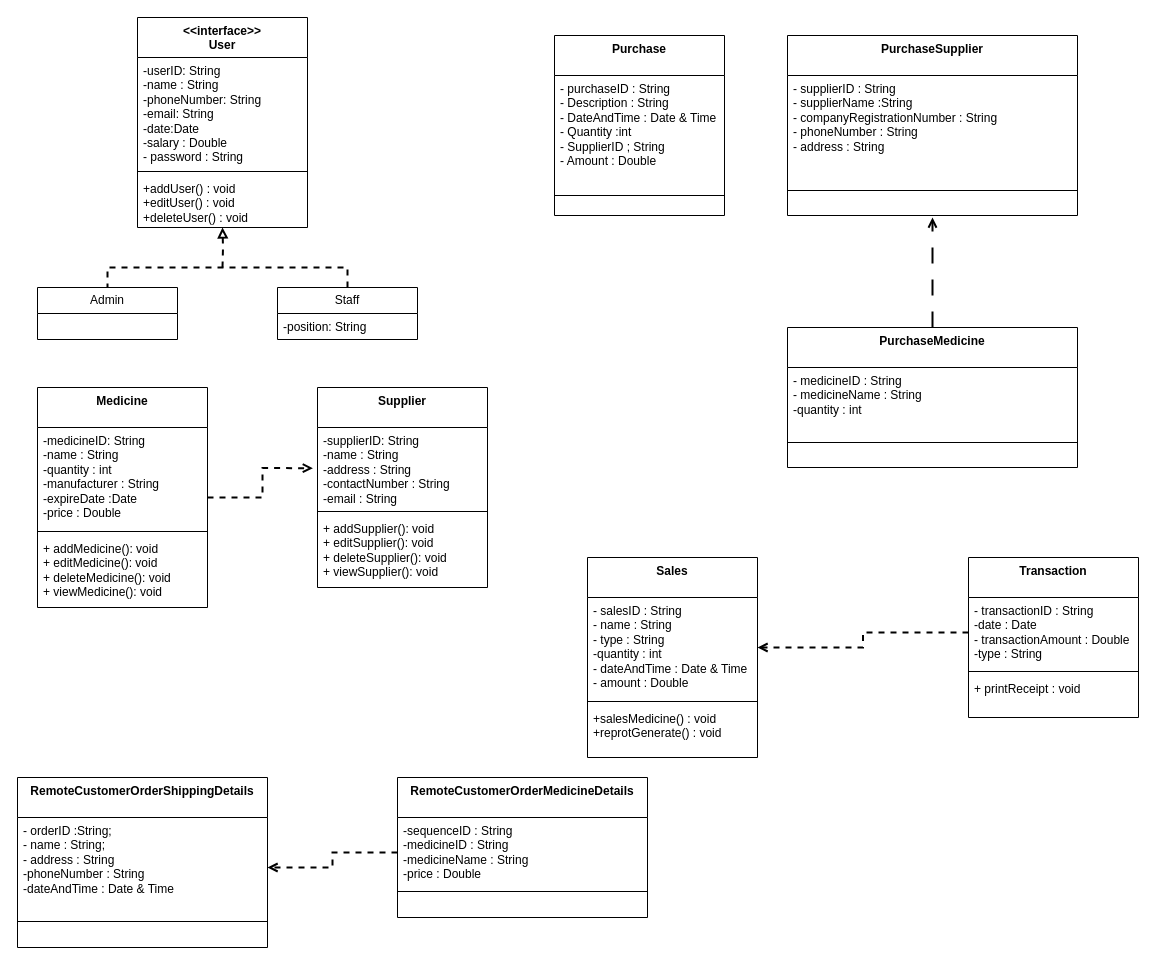
The draw.io diagram Doc/Class Diagram/Class Diagram.drawio in ChandimalPriyamantha/Pharmacy_Shop_Management_System, before the edit. Source tidied: cells renumbered, new cells numbered last; positions are measured from the earlier drawing's top-left corner, leaving out a move shared by most shapes. Both pictures are drawn from the tidied source at 100%, with x=0, y=0 at pixel (17, 17).
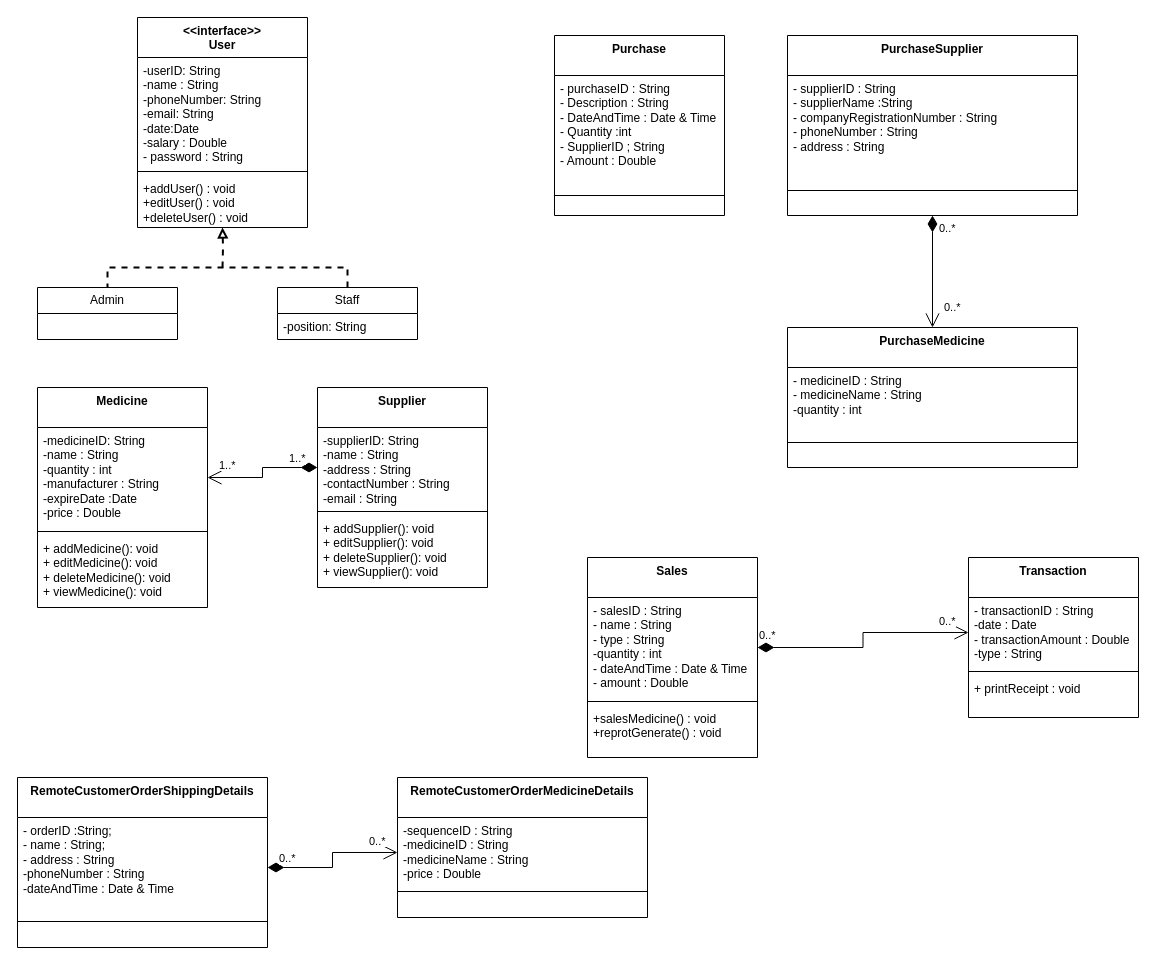
Above is the later version.

The change refers to these unchanged cells:
```xml
<mxCell id="15" value="Medicine" style="swimlane;fontStyle=1;align=center;verticalAlign=top;horizontal=1;startSize=40;whiteSpace=wrap;html=1;" parent="1" vertex="1">
  <mxGeometry x="20" y="370" width="170" height="220" as="geometry" />
</mxCell>
<mxCell id="16" value="-medicineID: String&lt;br&gt;-name : String&lt;br&gt;-quantity : int&lt;br&gt;-manufacturer : String&lt;br&gt;-expireDate :Date&lt;br&gt;-price : Double" style="text;strokeColor=none;fillColor=none;align=left;verticalAlign=top;spacingLeft=4;spacingRight=4;overflow=hidden;points=[[0,0.5],[1,0.5]];portConstraint=eastwest;whiteSpace=wrap;html=1;" parent="15" vertex="1">
  <mxGeometry y="40" width="170" height="100" as="geometry" />
</mxCell>
<mxCell id="20" value="-supplierID: String&lt;br&gt;-name : String&lt;br&gt;-address : String&lt;br&gt;-contactNumber : String&lt;br&gt;-email : String" style="text;strokeColor=none;fillColor=none;align=left;verticalAlign=top;spacingLeft=4;spacingRight=4;overflow=hidden;points=[[0,0.5],[1,0.5]];portConstraint=eastwest;whiteSpace=wrap;html=1;" parent="19" vertex="1">
  <mxGeometry y="40" width="170" height="80" as="geometry" />
</mxCell>
<mxCell id="23" value="PurchaseSupplier" style="swimlane;fontStyle=1;align=center;verticalAlign=top;horizontal=1;startSize=40;whiteSpace=wrap;html=1;" parent="1" vertex="1">
  <mxGeometry x="770" y="18" width="290" height="180" as="geometry" />
</mxCell>
<mxCell id="27" value="PurchaseMedicine" style="swimlane;fontStyle=1;align=center;verticalAlign=top;horizontal=1;startSize=40;whiteSpace=wrap;html=1;" parent="1" vertex="1">
  <mxGeometry x="770" y="310" width="290" height="140" as="geometry" />
</mxCell>
<mxCell id="31" value="- salesID : String&lt;br&gt;- name : String&lt;br&gt;- type : String&lt;br&gt;-quantity : int&lt;br&gt;- dateAndTime : Date &amp;amp; Time&lt;br&gt;- amount : Double" style="text;strokeColor=none;fillColor=none;align=left;verticalAlign=top;spacingLeft=4;spacingRight=4;overflow=hidden;points=[[0,0.5],[1,0.5]];portConstraint=eastwest;whiteSpace=wrap;html=1;" parent="30" vertex="1">
  <mxGeometry y="40" width="170" height="100" as="geometry" />
</mxCell>
<mxCell id="35" value="- transactionID : String&lt;br&gt;-date : Date&lt;br&gt;- transactionAmount : Double&lt;br&gt;-type : String" style="text;strokeColor=none;fillColor=none;align=left;verticalAlign=top;spacingLeft=4;spacingRight=4;overflow=hidden;points=[[0,0.5],[1,0.5]];portConstraint=eastwest;whiteSpace=wrap;html=1;" parent="34" vertex="1">
  <mxGeometry y="40" width="170" height="70" as="geometry" />
</mxCell>
<mxCell id="40" value="- orderID :String;&lt;br&gt;- name : String;&lt;br&gt;- address : String&lt;br&gt;-phoneNumber : String&lt;br&gt;-dateAndTime : Date &amp;amp; Time" style="text;strokeColor=none;fillColor=none;align=left;verticalAlign=top;spacingLeft=4;spacingRight=4;overflow=hidden;points=[[0,0.5],[1,0.5]];portConstraint=eastwest;whiteSpace=wrap;html=1;" parent="39" vertex="1">
  <mxGeometry y="40" width="250" height="100" as="geometry" />
</mxCell>
<mxCell id="44" value="-sequenceID : String&lt;br&gt;-medicineID : String&lt;br&gt;-medicineName : String&lt;br&gt;-price : Double" style="text;strokeColor=none;fillColor=none;align=left;verticalAlign=top;spacingLeft=4;spacingRight=4;overflow=hidden;points=[[0,0.5],[1,0.5]];portConstraint=eastwest;whiteSpace=wrap;html=1;" parent="43" vertex="1">
  <mxGeometry y="40" width="250" height="70" as="geometry" />
</mxCell>
```

What changed in the source:
```diff
@@
-    <mxCell id="14" style="edgeStyle=orthogonalEdgeStyle;jettySize=auto;html=1;entryX=-0.027;entryY=0.508;entryDx=0;entryDy=0;entryPerimeter=0;dashed=1;endArrow=open;endFill=0;rounded=0;strokeWidth=2;" parent="1" edge="1" source="15" target="20">
-      <mxGeometry relative="1" as="geometry" />
-    </mxCell>
@@
-    <mxCell id="26" style="edgeStyle=orthogonalEdgeStyle;rounded=0;jettySize=auto;html=1;dashed=1;dashPattern=8 8;endArrow=open;endFill=0;strokeWidth=2;" parent="1" edge="1" source="27">
-      <mxGeometry relative="1" as="geometry">
-        <mxPoint x="915" y="200" as="targetPoint" />
-      </mxGeometry>
-    </mxCell>
@@
-    <mxCell id="38" style="edgeStyle=orthogonalEdgeStyle;rounded=0;jettySize=auto;html=1;entryX=1;entryY=0.5;entryDx=0;entryDy=0;dashed=1;endArrow=open;endFill=0;strokeWidth=2;" parent="1" edge="1" source="35" target="31">
-      <mxGeometry relative="1" as="geometry" />
-    </mxCell>
@@
-    <mxCell id="47" style="edgeStyle=orthogonalEdgeStyle;rounded=0;jettySize=auto;html=1;entryX=1;entryY=0.5;entryDx=0;entryDy=0;dashed=1;strokeWidth=2;endArrow=open;endFill=0;" parent="1" edge="1" source="44" target="40">
-      <mxGeometry relative="1" as="geometry" />
-    </mxCell>
+    <mxCell id="48" value="1..*" style="endArrow=open;html=1;endSize=12;startArrow=diamondThin;startSize=14;startFill=1;edgeStyle=orthogonalEdgeStyle;align=left;verticalAlign=bottom;rounded=0;entryX=1;entryY=0.5;entryDx=0;entryDy=0;exitX=0;exitY=0.5;exitDx=0;exitDy=0;" parent="1" edge="1" source="20" target="16">
+      <mxGeometry x="-0.5" relative="1" as="geometry" />
+    </mxCell>
+    <mxCell id="49" value="&lt;span style=&quot;color: rgb(0, 0, 0); font-family: Helvetica; font-size: 11px; font-style: normal; font-variant-ligatures: normal; font-variant-caps: normal; font-weight: 400; letter-spacing: normal; orphans: 2; text-align: left; text-indent: 0px; text-transform: none; widows: 2; word-spacing: 0px; -webkit-text-stroke-width: 0px; background-color: rgb(255, 255, 255); text-decoration-thickness: initial; text-decoration-style: initial; text-decoration-color: initial; float: none; display: inline !important;&quot;&gt;1..*&lt;/span&gt;" style="text;whiteSpace=wrap;html=1;" parent="1" vertex="1">
+      <mxGeometry x="200" y="434" width="20" height="20" as="geometry" />
+    </mxCell>
+    <mxCell id="50" value="0..*" style="endArrow=open;html=1;endSize=12;startArrow=diamondThin;startSize=14;startFill=1;edgeStyle=orthogonalEdgeStyle;align=left;verticalAlign=bottom;rounded=0;entryX=0;entryY=0.5;entryDx=0;entryDy=0;exitX=1;exitY=0.5;exitDx=0;exitDy=0;" parent="1" edge="1" source="31" target="35">
+      <mxGeometry x="-1" y="3" relative="1" as="geometry" />
+    </mxCell>
+    <mxCell id="51" value="&lt;span style=&quot;color: rgb(0, 0, 0); font-family: Helvetica; font-size: 11px; font-style: normal; font-variant-ligatures: normal; font-variant-caps: normal; font-weight: 400; letter-spacing: normal; orphans: 2; text-align: left; text-indent: 0px; text-transform: none; widows: 2; word-spacing: 0px; -webkit-text-stroke-width: 0px; background-color: rgb(255, 255, 255); text-decoration-thickness: initial; text-decoration-style: initial; text-decoration-color: initial; float: none; display: inline !important;&quot;&gt;0..*&lt;/span&gt;" style="text;whiteSpace=wrap;html=1;" parent="1" vertex="1">
+      <mxGeometry x="920" y="590" width="50" height="40" as="geometry" />
+    </mxCell>
+    <mxCell id="52" value="0..*" style="endArrow=open;html=1;endSize=12;startArrow=diamondThin;startSize=14;startFill=1;edgeStyle=orthogonalEdgeStyle;align=left;verticalAlign=bottom;rounded=0;exitX=0.5;exitY=1;exitDx=0;exitDy=0;entryX=0.5;entryY=0;entryDx=0;entryDy=0;" parent="1" edge="1" source="23" target="27">
+      <mxGeometry x="-0.61" y="5" relative="1" as="geometry" />
+    </mxCell>
+    <mxCell id="53" value="&lt;span style=&quot;color: rgb(0, 0, 0); font-family: Helvetica; font-size: 11px; font-style: normal; font-variant-ligatures: normal; font-variant-caps: normal; font-weight: 400; letter-spacing: normal; orphans: 2; text-align: left; text-indent: 0px; text-transform: none; widows: 2; word-spacing: 0px; -webkit-text-stroke-width: 0px; background-color: rgb(255, 255, 255); text-decoration-thickness: initial; text-decoration-style: initial; text-decoration-color: initial; float: none; display: inline !important;&quot;&gt;0..*&lt;/span&gt;" style="text;whiteSpace=wrap;html=1;" parent="1" vertex="1">
+      <mxGeometry x="925" y="276" width="40" height="40" as="geometry" />
+    </mxCell>
+    <mxCell id="54" value="0..*" style="endArrow=open;html=1;endSize=12;startArrow=diamondThin;startSize=14;startFill=1;edgeStyle=orthogonalEdgeStyle;align=left;verticalAlign=bottom;rounded=0;exitX=1;exitY=0.5;exitDx=0;exitDy=0;entryX=0;entryY=0.5;entryDx=0;entryDy=0;" parent="1" edge="1" source="40" target="44">
+      <mxGeometry x="-0.86" relative="1" as="geometry" />
+    </mxCell>
+    <mxCell id="55" value="&lt;span style=&quot;color: rgb(0, 0, 0); font-family: Helvetica; font-size: 11px; font-style: normal; font-variant-ligatures: normal; font-variant-caps: normal; font-weight: 400; letter-spacing: normal; orphans: 2; text-align: left; text-indent: 0px; text-transform: none; widows: 2; word-spacing: 0px; -webkit-text-stroke-width: 0px; background-color: rgb(255, 255, 255); text-decoration-thickness: initial; text-decoration-style: initial; text-decoration-color: initial; float: none; display: inline !important;&quot;&gt;0..*&lt;/span&gt;" style="text;whiteSpace=wrap;html=1;" parent="1" vertex="1">
+      <mxGeometry x="350" y="810" width="50" height="40" as="geometry" />
+    </mxCell>
```
